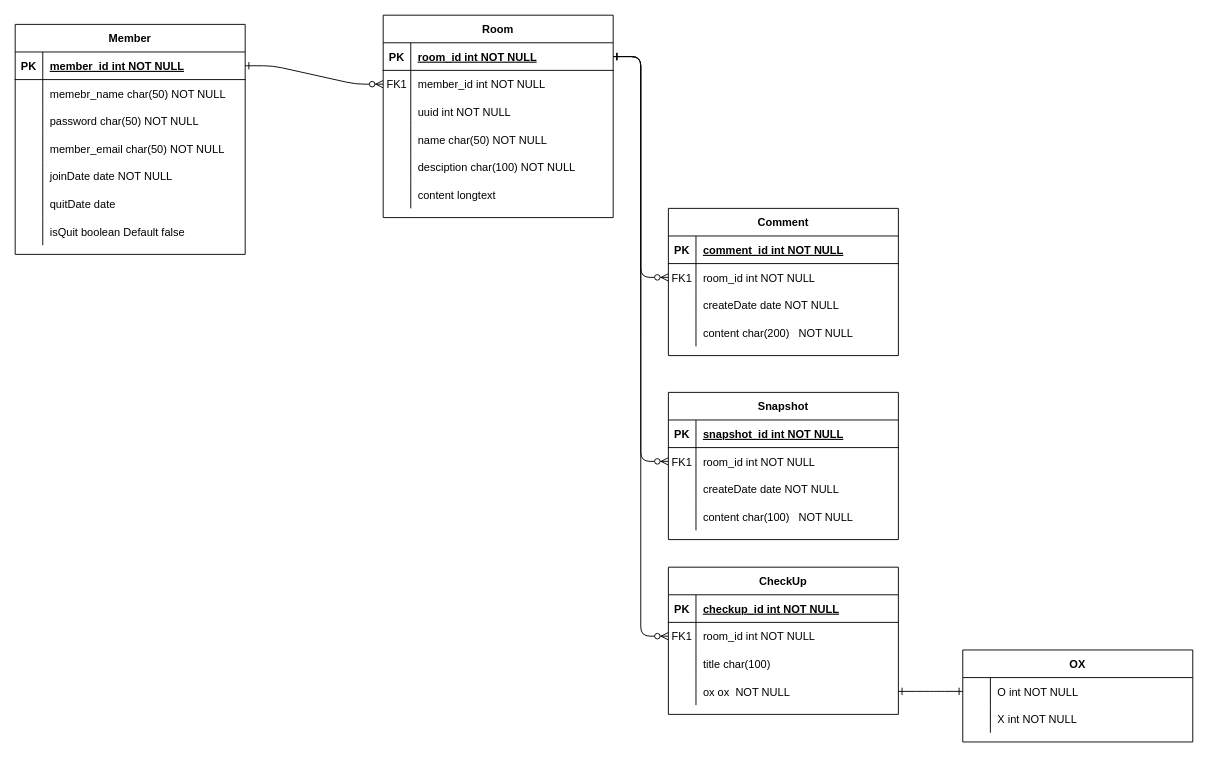
Before: ERD.drawio in study-management-project/BE, a draw.io diagram. Source tidied: cells renumbered, new cells numbered last; positions are measured from the earlier drawing's top-left corner, leaving out a move shared by most shapes. Both pictures are drawn from the tidied source at 92%, with x=0, y=0 at pixel (15, 15).
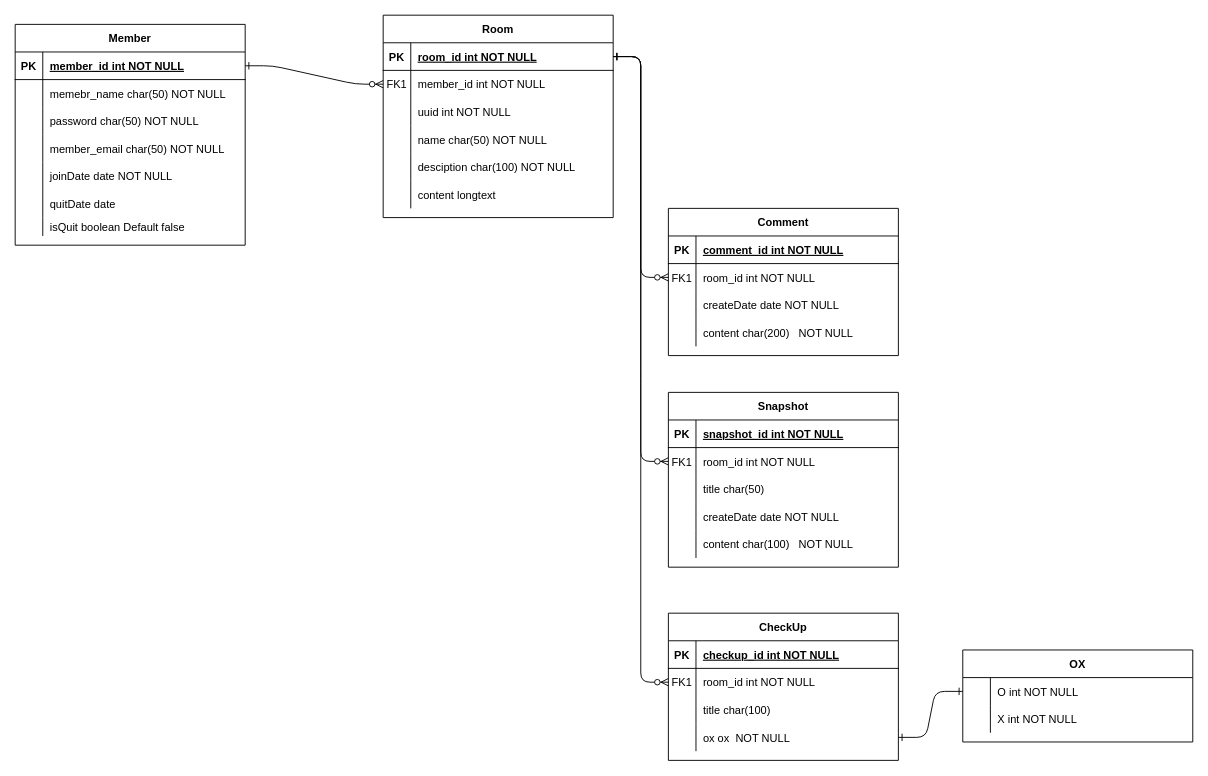
The same page after the edit.

Change to the diagram source:
```diff
@@
     <mxCell id="22" value="Member" style="shape=table;startSize=30;childLayout=tableLayout;rowLines=0;fontStyle=1;align=center;strokeColor=default;" parent="1" vertex="1">
-      <mxGeometry y="10" width="250" height="250" as="geometry" />
+      <mxGeometry y="10" width="250" height="240" as="geometry" />
     </mxCell>
@@
     <mxCell id="41" style="shape=partialRectangle;fillColor=none;top=0;left=0;right=0;bottom=0;" parent="22" vertex="1">
-      <mxGeometry y="210" width="250" height="30" as="geometry" />
+      <mxGeometry y="210" width="250" height="20" as="geometry" />
     </mxCell>
     <mxCell id="42" style="shape=partialRectangle;overflow=hidden;fillColor=none;top=0;left=0;bottom=0;right=0;" parent="41" vertex="1">
-      <mxGeometry width="30" height="30" as="geometry" />
+      <mxGeometry width="30" height="20" as="geometry" />
     </mxCell>
     <mxCell id="43" value="isQuit boolean Default false" style="shape=partialRectangle;overflow=hidden;fillColor=none;top=0;left=0;bottom=0;right=0;align=left;spacingLeft=6;verticalAlign=middle;" parent="41" vertex="1">
-      <mxGeometry x="30" width="220" height="30" as="geometry" />
+      <mxGeometry x="30" width="220" height="20" as="geometry" />
     </mxCell>
     <mxCell id="44" value="CheckUp" style="shape=table;startSize=30;childLayout=tableLayout;rowLines=0;fontStyle=1;align=center;" parent="1" vertex="1">
-      <mxGeometry x="710" y="600" width="250" height="160" as="geometry" />
+      <mxGeometry x="710" y="650" width="250" height="160" as="geometry" />
     </mxCell>
@@
     <mxCell id="77" value="Snapshot" style="shape=table;startSize=30;childLayout=tableLayout;rowLines=0;fontStyle=1;align=center;" parent="1" vertex="1">
-      <mxGeometry x="710" y="410" width="250" height="160" as="geometry" />
+      <mxGeometry x="710" y="410" width="250" height="190" as="geometry" />
     </mxCell>
@@
+    <mxCell id="94" style="shape=partialRectangle;fillColor=none;top=0;left=0;right=0;bottom=0;" parent="77" vertex="1">
+      <mxGeometry y="90" width="250" height="30" as="geometry" />
+    </mxCell>
+    <mxCell id="95" style="shape=partialRectangle;overflow=hidden;fillColor=none;top=0;left=0;bottom=0;right=0;" parent="94" vertex="1">
+      <mxGeometry width="30" height="30" as="geometry" />
+    </mxCell>
+    <mxCell id="96" value="title char(50)" style="shape=partialRectangle;overflow=hidden;fillColor=none;top=0;left=0;bottom=0;right=0;align=left;spacingLeft=6;" parent="94" vertex="1">
+      <mxGeometry x="30" width="220" height="30" as="geometry" />
+    </mxCell>
     <mxCell id="84" style="shape=partialRectangle;fillColor=none;top=0;left=0;right=0;bottom=0;" parent="77" vertex="1">
-      <mxGeometry y="90" width="250" height="30" as="geometry" />
+      <mxGeometry y="120" width="250" height="30" as="geometry" />
     </mxCell>
@@
     <mxCell id="87" style="shape=partialRectangle;fillColor=none;top=0;left=0;right=0;bottom=0;" parent="77" vertex="1">
-      <mxGeometry y="120" width="250" height="30" as="geometry" />
+      <mxGeometry y="150" width="250" height="30" as="geometry" />
     </mxCell>
```
